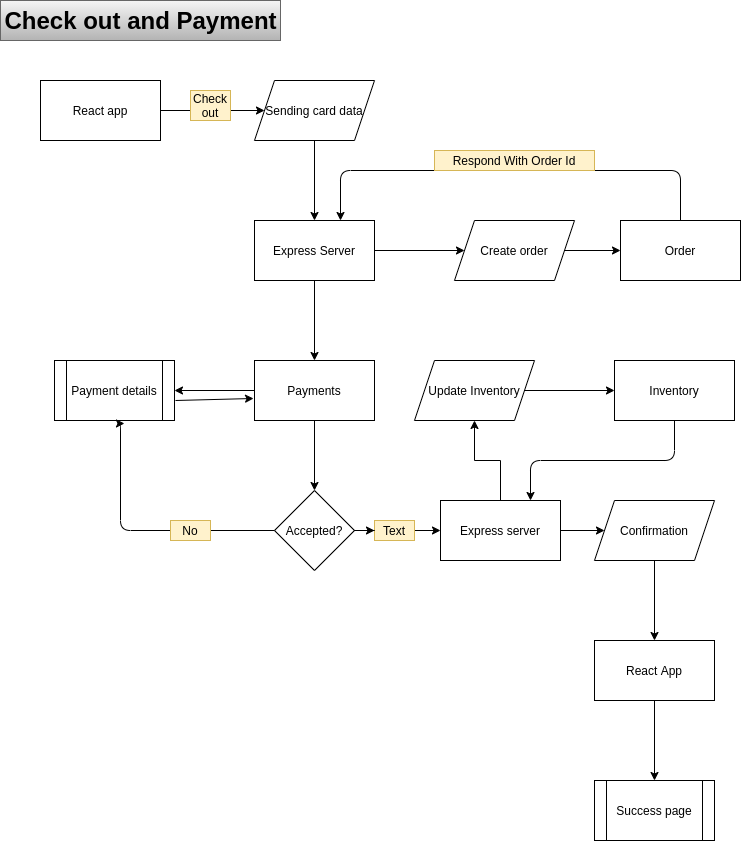
Earlier version of the draw.io export Diagrams/DFD-Page-4.png (Sevicode/SevliMERN_partA). Source tidied: cells renumbered, new cells last; positions are measured from the earlier drawing's top-left corner, leaving out a move shared by most shapes.
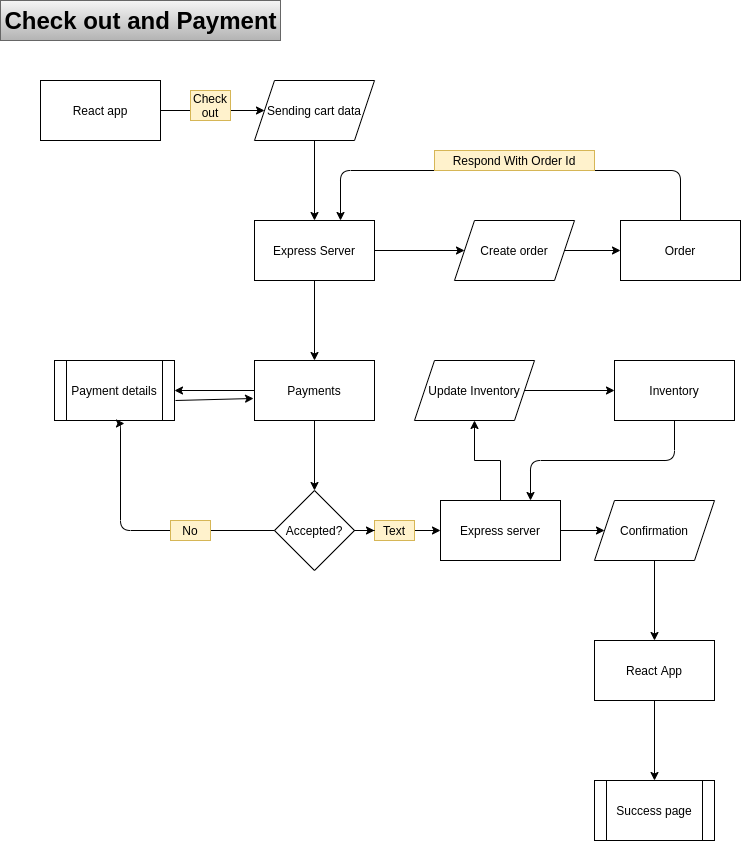
Above is the later version.

Commit message:
shopping cart fixed?

What changed in the source:
```diff
@@ -14,7 +14,7 @@
     <mxCell id="5" style="edgeStyle=orthogonalEdgeStyle;rounded=0;jettySize=auto;html=1;" parent="1" edge="1" source="6" target="9">
       <mxGeometry relative="1" as="geometry" />
     </mxCell>
-    <mxCell id="6" value="Sending card data" style="shape=parallelogram;perimeter=parallelogramPerimeter;whiteSpace=wrap;html=1;fixedSize=1;rounded=0;fillColor=none;" parent="1" vertex="1">
+    <mxCell id="6" value="Sending cart data" style="shape=parallelogram;perimeter=parallelogramPerimeter;whiteSpace=wrap;html=1;fixedSize=1;rounded=0;fillColor=none;" parent="1" vertex="1">
       <mxGeometry x="254" y="80" width="120" height="60" as="geometry" />
     </mxCell>
     <mxCell id="7" style="edgeStyle=orthogonalEdgeStyle;rounded=0;jettySize=auto;html=1;" parent="1" edge="1" source="9" target="11">
```
